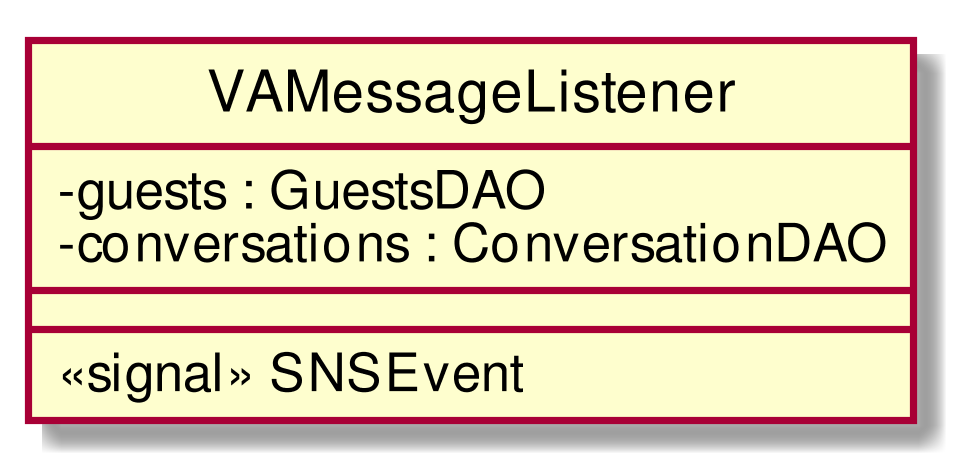
Earlier version of the PlantUML export RP/Esterni/DefinizioneDiProdotto/images/ClassVAMessageListener.png (CoCodeSWE/Docs).
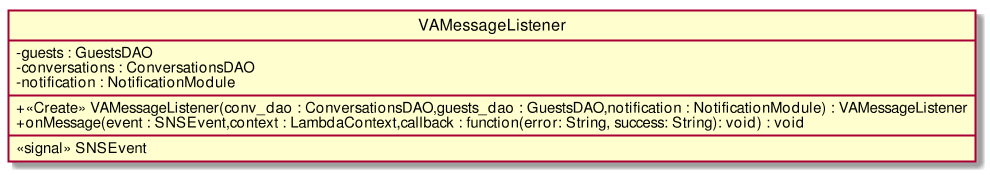
After the change.

Change to the diagram source:
```diff
@@ -3,8 +3,11 @@
 skinparam classAttributeIconSize 0
 class VAMessageListener{
 - guests : GuestsDAO
-- conversations : ConversationDAO
+- conversations : ConversationsDAO
+- notification : NotificationModule
 __
++ <<Create>> VAMessageListener(conv_dao : ConversationsDAO,guests_dao : GuestsDAO,notification : NotificationModule) : VAMessageListener
++ onMessage(event : SNSEvent,context : LambdaContext,callback : function(error: String, success: String): void) : void
 __
 <<signal>> SNSEvent
 }
```
